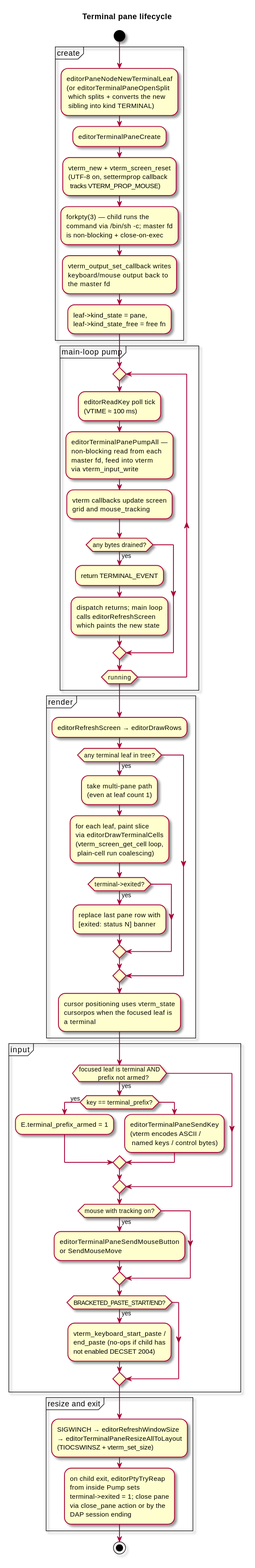
kokkoniemi/rotide keeps this PlantUML diagram as docs/diagrams/svg/terminal-pane-flow.svg. Above is the earlier version. Its source is kept beside it as docs/diagrams/src/terminal-pane-flow.puml. Its diagram source:
```plantuml
@startuml
skin rose
skinparam backgroundColor #FFFFFF
title Terminal pane lifecycle

start
partition "create" {
	:editorPaneNodeNewTerminalLeaf
	(or editorTerminalPaneOpenSplit
	 which splits + converts the new
	 sibling into kind TERMINAL);
	:editorTerminalPaneCreate;
	:vterm_new + vterm_screen_reset
	(UTF-8 on, settermprop callback
	 tracks VTERM_PROP_MOUSE);
	:forkpty(3) — child runs the
	command via /bin/sh -c; master fd
	is non-blocking + close-on-exec;
	:vterm_output_set_callback writes
	keyboard/mouse output back to
	the master fd;
	:leaf->kind_state = pane,
	leaf->kind_state_free = free fn;
}

partition "main-loop pump" {
	repeat
		:editorReadKey poll tick
		(VTIME ≈ 100 ms);
		:editorTerminalPanePumpAll —
		non-blocking read from each
		master fd, feed into vterm
		via vterm_input_write;
		:vterm callbacks update screen
		grid and mouse_tracking;
		if (any bytes drained?) then (yes)
			:return TERMINAL_EVENT;
			:dispatch returns; main loop
			calls editorRefreshScreen
			which paints the new state;
		endif
	repeat while (running)
}

partition "render" {
	:editorRefreshScreen → editorDrawRows;
	if (any terminal leaf in tree?) then (yes)
		:take multi-pane path
		(even at leaf count 1);
		:for each leaf, paint slice
		via editorDrawTerminalCells
		(vterm_screen_get_cell loop,
		 plain-cell run coalescing);
		if (terminal->exited?) then (yes)
			:replace last pane row with
			[exited: status N] banner;
		endif
	endif
	:cursor positioning uses vterm_state
	cursorpos when the focused leaf is
	a terminal;
}

partition "input" {
	if (focused leaf is terminal AND
	    prefix not armed?) then (yes)
		if (key == terminal_prefix?) then (yes)
			:E.terminal_prefix_armed = 1;
		else
			:editorTerminalPaneSendKey
			(vterm encodes ASCII /
			 named keys / control bytes);
		endif
	endif
	if (mouse with tracking on?) then (yes)
		:editorTerminalPaneSendMouseButton
		or SendMouseMove;
	endif
	if (BRACKETED_PASTE_START/END?) then (yes)
		:vterm_keyboard_start_paste /
		end_paste (no-ops if child has
		not enabled DECSET 2004);
	endif
}

partition "resize and exit" {
	:SIGWINCH → editorRefreshWindowSize
	→ editorTerminalPaneResizeAllToLayout
	(TIOCSWINSZ + vterm_set_size);
	:on child exit, editorPtyTryReap
	from inside Pump sets
	terminal->exited = 1; close pane
	via close_pane action or by the
	DAP session ending;
}
stop

@enduml
```
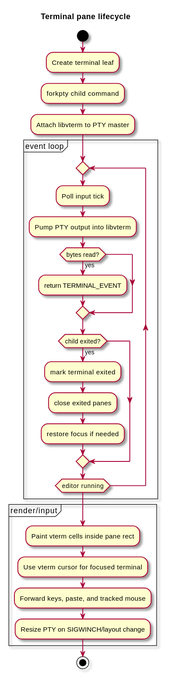
The same diagram one commit later.

Diff of the diagram source:
```diff
@@ -4,95 +4,32 @@
 title Terminal pane lifecycle
 
 start
-partition "create" {
-	:editorPaneNodeNewTerminalLeaf
-	(or editorTerminalPaneOpenSplit
-	 which splits + converts the new
-	 sibling into kind TERMINAL);
-	:editorTerminalPaneCreate;
-	:vterm_new + vterm_screen_reset
-	(UTF-8 on, settermprop callback
-	 tracks VTERM_PROP_MOUSE);
-	:forkpty(3) — child runs the
-	command via /bin/sh -c; master fd
-	is non-blocking + close-on-exec;
-	:vterm_output_set_callback writes
-	keyboard/mouse output back to
-	the master fd;
-	:leaf->kind_state = pane,
-	leaf->kind_state_free = free fn;
+:Create terminal leaf;
+:forkpty child command;
+:Attach libvterm to PTY master;
+
+partition "event loop" {
+	repeat
+		:Poll input tick;
+		:Pump PTY output into libvterm;
+		if (bytes read?) then (yes)
+			:return TERMINAL_EVENT;
+		endif
+		if (child exited?) then (yes)
+			:mark terminal exited;
+			:close exited panes;
+			:restore focus if needed;
+		endif
+	repeat while (editor running)
 }
 
-partition "main-loop pump" {
-	repeat
-		:editorReadKey poll tick
-		(VTIME ≈ 100 ms);
-		:editorTerminalPanePumpAll —
-		non-blocking read from each
-		master fd, feed into vterm
-		via vterm_input_write;
-		:vterm callbacks update screen
-		grid and mouse_tracking;
-		if (any bytes drained?) then (yes)
-			:return TERMINAL_EVENT;
-			:dispatch returns; main loop
-			calls editorRefreshScreen
-			which paints the new state;
-		endif
-	repeat while (running)
+partition "render/input" {
+	:Paint vterm cells inside pane rect;
+	:Use vterm cursor for focused terminal;
+	:Forward keys, paste, and tracked mouse;
+	:Resize PTY on SIGWINCH/layout change;
 }
 
-partition "render" {
-	:editorRefreshScreen → editorDrawRows;
-	if (any terminal leaf in tree?) then (yes)
-		:take multi-pane path
-		(even at leaf count 1);
-		:for each leaf, paint slice
-		via editorDrawTerminalCells
-		(vterm_screen_get_cell loop,
-		 plain-cell run coalescing);
-		if (terminal->exited?) then (yes)
-			:replace last pane row with
-			[exited: status N] banner;
-		endif
-	endif
-	:cursor positioning uses vterm_state
-	cursorpos when the focused leaf is
-	a terminal;
-}
-
-partition "input" {
-	if (focused leaf is terminal AND
-	    prefix not armed?) then (yes)
-		if (key == terminal_prefix?) then (yes)
-			:E.terminal_prefix_armed = 1;
-		else
-			:editorTerminalPaneSendKey
-			(vterm encodes ASCII /
-			 named keys / control bytes);
-		endif
-	endif
-	if (mouse with tracking on?) then (yes)
-		:editorTerminalPaneSendMouseButton
-		or SendMouseMove;
-	endif
-	if (BRACKETED_PASTE_START/END?) then (yes)
-		:vterm_keyboard_start_paste /
-		end_paste (no-ops if child has
-		not enabled DECSET 2004);
-	endif
-}
-
-partition "resize and exit" {
-	:SIGWINCH → editorRefreshWindowSize
-	→ editorTerminalPaneResizeAllToLayout
-	(TIOCSWINSZ + vterm_set_size);
-	:on child exit, editorPtyTryReap
-	from inside Pump sets
-	terminal->exited = 1; close pane
-	via close_pane action or by the
-	DAP session ending;
-}
 stop
 
 @enduml
```
